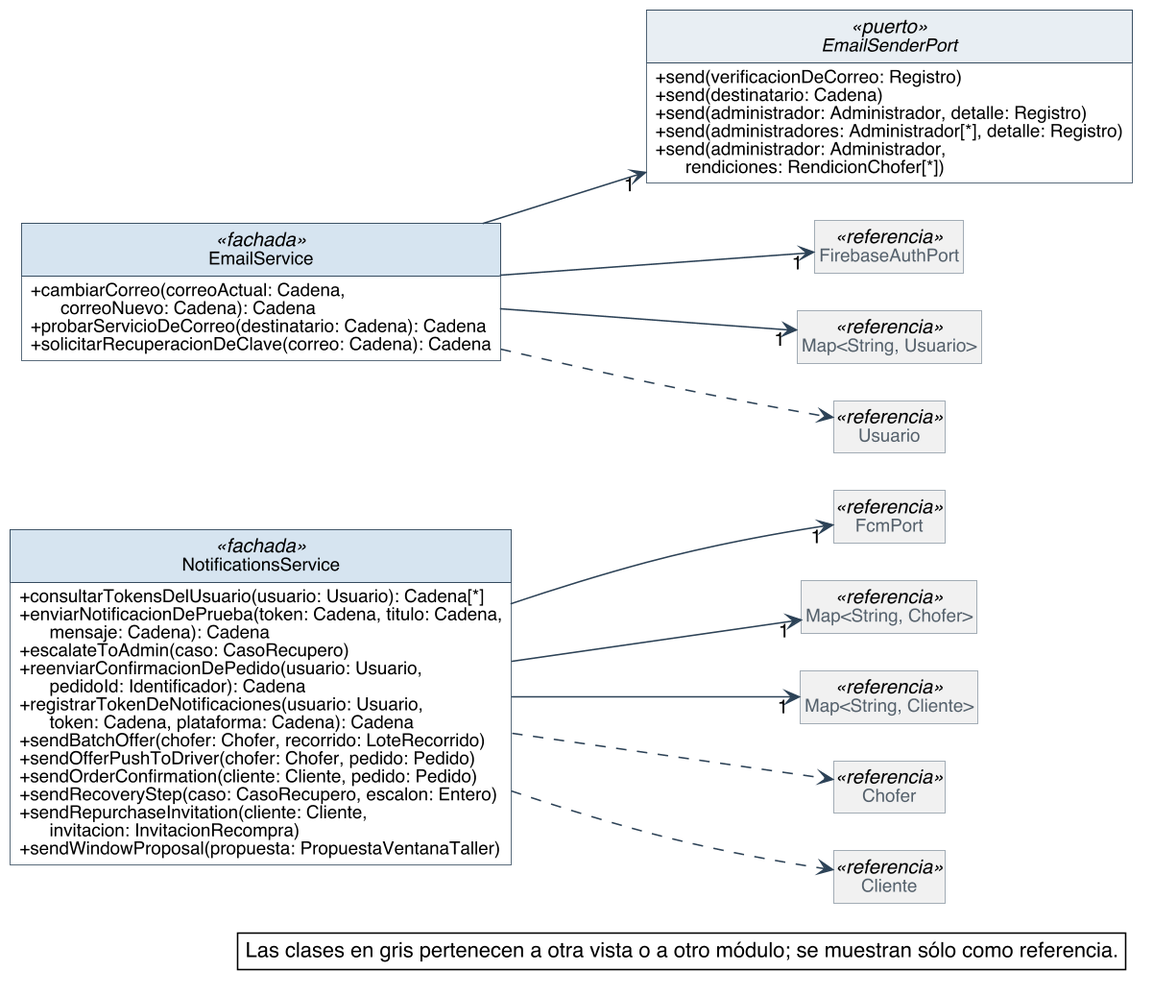
Above: diagramas/clases-diseno/DC_Mod_Notificaciones.png in Nahuelito-Dev/splg-docs (PlantUML), before the change.
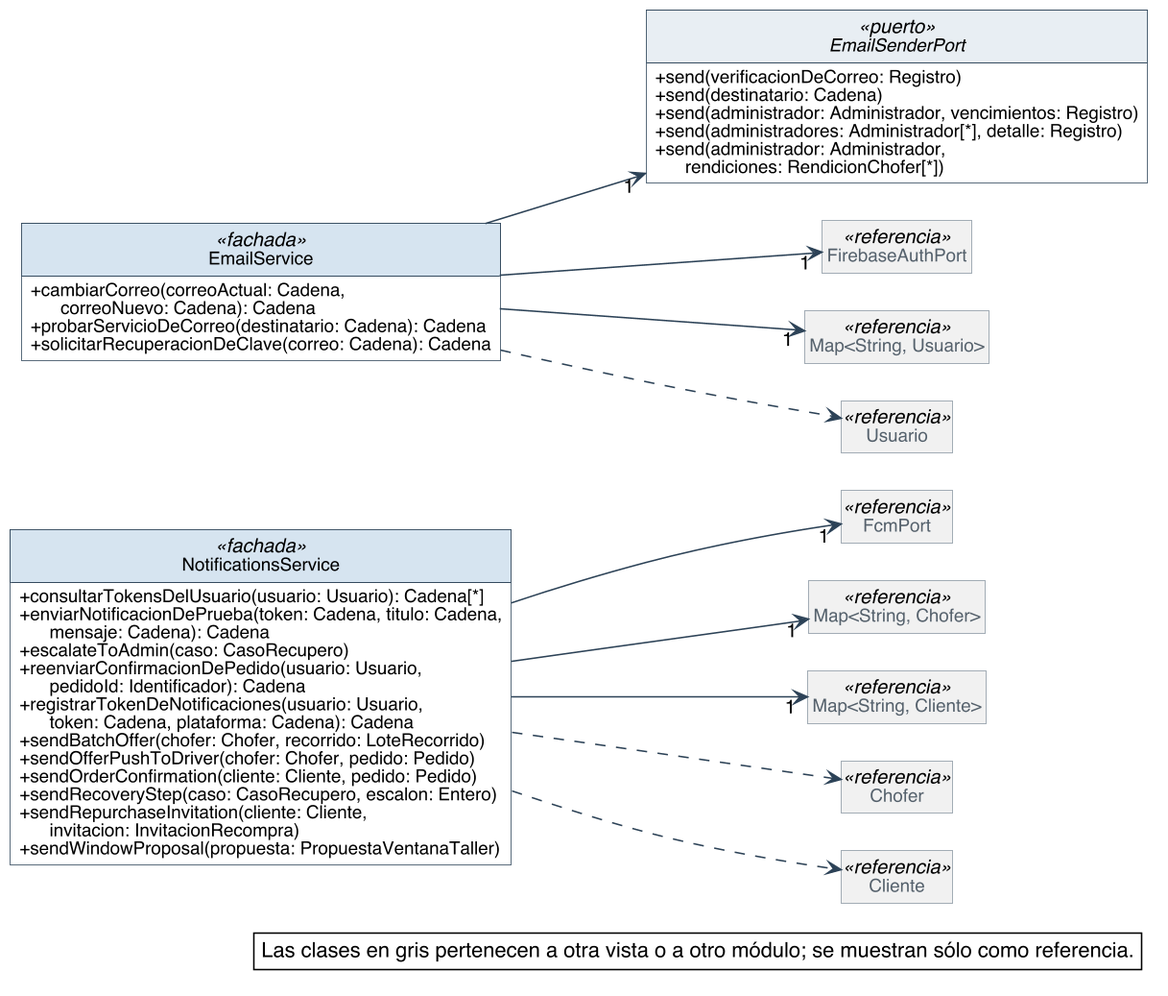
Later version of the same file.

What changed in the source:
```diff
@@ -81,7 +81,7 @@
 interface EmailSenderPort <<puerto>> {
   + send(verificacionDeCorreo: Registro)
   + send(destinatario: Cadena)
-  + send(administrador: Administrador, detalle: Registro)
+  + send(administrador: Administrador, vencimientos: Registro)
   + send(administradores: Administrador[*], detalle: Registro)
   + send(administrador: Administrador,\n      rendiciones: RendicionChofer[*])
 }
```
